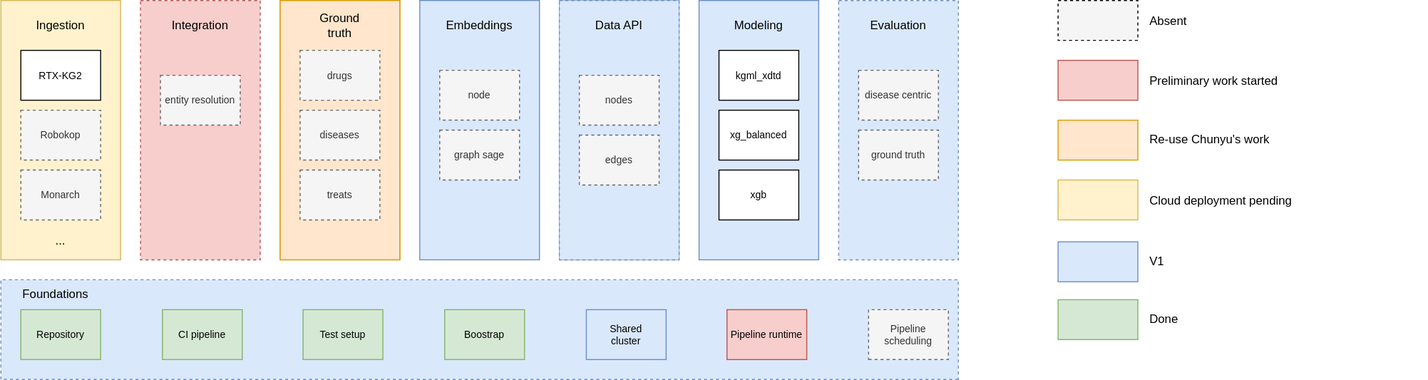
everycure-org/matrix keeps this draw.io diagram as docs/src/assets/img/status.drawio.svg. Above is the earlier version. Source tidied: cells renumbered, new cells last; positions are measured from the earlier drawing's top-left corner, leaving out a move shared by most shapes.
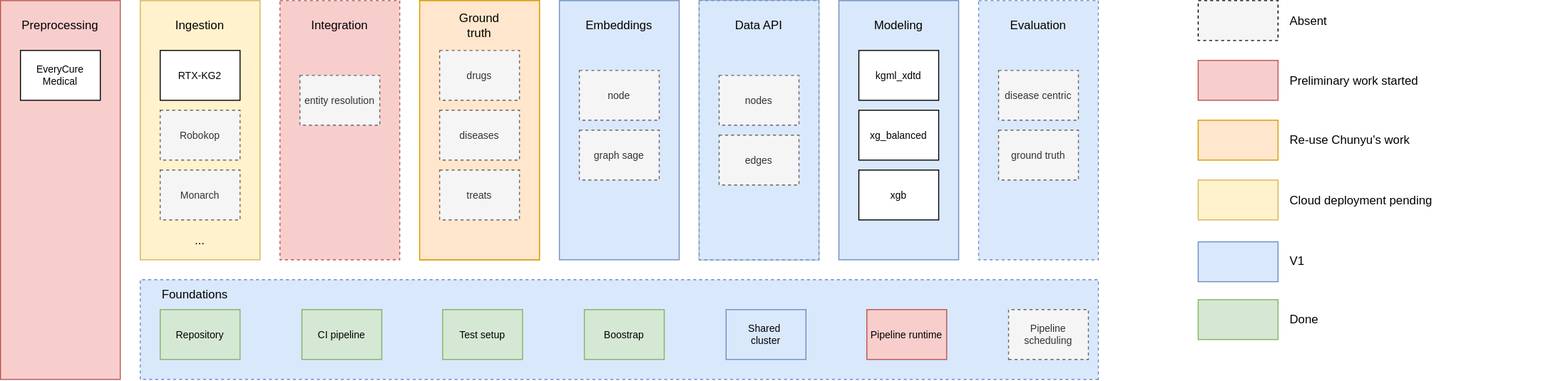
After the commit.

Diff of the diagram source:
```diff
@@ -164,5 +164,14 @@
     <mxCell id="55" value="edges" style="rounded=0;whiteSpace=wrap;html=1;fillColor=#f5f5f5;strokeColor=#666666;fontColor=#333333;fontSize=10;dashed=1;" parent="1" vertex="1">
       <mxGeometry x="580" y="135" width="80" height="50" as="geometry" />
     </mxCell>
+    <mxCell id="56" style="rounded=0;whiteSpace=wrap;html=1;fillColor=#f8cecc;strokeColor=#b85450;" parent="1" vertex="1">
+      <mxGeometry x="-140" width="120" height="380" as="geometry" />
+    </mxCell>
+    <mxCell id="57" value="Preprocessing" style="text;html=1;align=center;verticalAlign=middle;whiteSpace=wrap;rounded=0;" parent="1" vertex="1">
+      <mxGeometry x="-110" y="10" width="60" height="30" as="geometry" />
+    </mxCell>
+    <mxCell id="58" value="EveryCure&lt;div&gt;Medical&lt;/div&gt;" style="rounded=0;whiteSpace=wrap;html=1;fontSize=10;" parent="1" vertex="1">
+      <mxGeometry x="-120" y="50" width="80" height="50" as="geometry" />
+    </mxCell>
   </root>
 </mxGraphModel>
```
